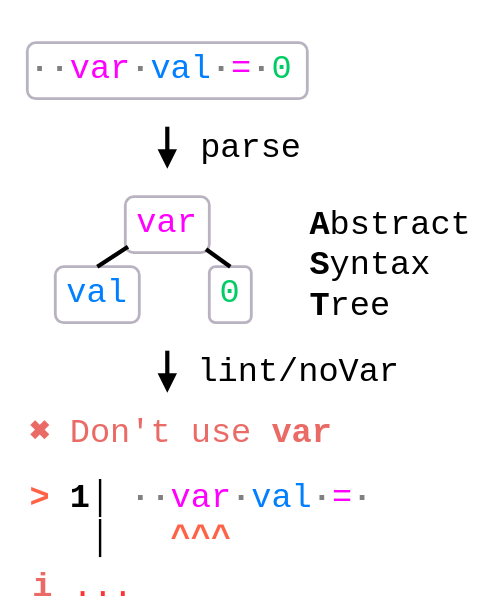
Earlier version of the draw.io export assets/parse-ast.drawio.svg (Conaclos/biome-fosdem-2024). Source tidied: cells renumbered, new cells last; positions are measured from the earlier drawing's top-left corner, leaving out a move shared by most shapes.
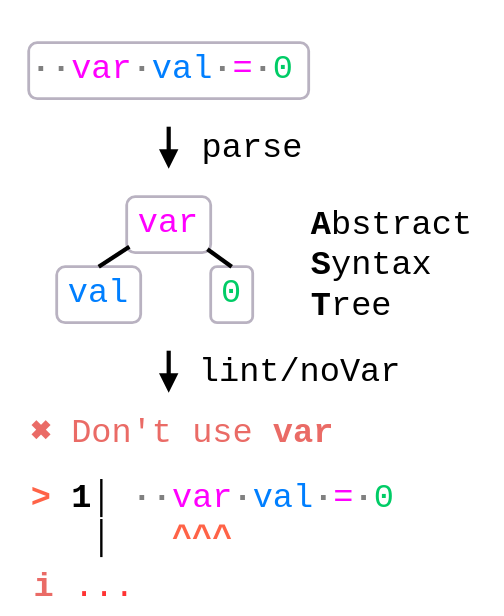
After the change.

Commit message:
fix: diagnostic of regular parser figure

What changed in the source:
```diff
@@ -46,8 +46,8 @@
     <mxCell id="13" value="&lt;div class=&quot;language-text&quot; style=&quot;font-size: 24px;&quot;&gt;&lt;code class=&quot;language-text&quot; style=&quot;font-size: 24px;&quot;&gt;&lt;strong style=&quot;font-size: 24px;&quot;&gt;  &lt;/strong&gt;&lt;font color=&quot;#ea6b66&quot;&gt;&lt;strong style=&quot;font-size: 24px;&quot;&gt;&lt;span style=&quot;font-size: 24px;&quot;&gt;✖&lt;/span&gt;&lt;/strong&gt;&amp;nbsp;Don't u&lt;span style=&quot;font-size: 24px;&quot;&gt;se &lt;/span&gt;&lt;span style=&quot;font-size: 24px;&quot;&gt;&lt;strong style=&quot;font-size: 24px;&quot;&gt;var&lt;/strong&gt;&lt;/span&gt;&lt;/font&gt;&lt;/code&gt;&lt;code class=&quot;language-text&quot; style=&quot;font-size: 24px;&quot;&gt;&lt;br&gt;&lt;/code&gt;&lt;/div&gt;" style="text;html=1;align=left;verticalAlign=middle;strokeColor=none;fillColor=none;fontFamily=Courier New;fontSize=24;" parent="1" vertex="1">
       <mxGeometry x="20" y="290" width="240" height="40" as="geometry" />
     </mxCell>
-    <mxCell id="14" value="&lt;div class=&quot;language-text&quot; style=&quot;font-size: 24px;&quot;&gt;&lt;code class=&quot;language-text&quot; style=&quot;font-size: 24px;&quot;&gt;&lt;strong style=&quot;font-size: 24px;&quot;&gt;&lt;span style=&quot;color: tomato; font-size: 24px;&quot;&gt;&amp;gt;&lt;/span&gt;&lt;/strong&gt; &lt;strong style=&quot;font-size: 24px;&quot;&gt;1│&amp;nbsp;&lt;/strong&gt;&lt;font style=&quot;border-color: var(--border-color); font-family: &amp;quot;Courier New&amp;quot;;&quot;&gt;&lt;font style=&quot;border-color: var(--border-color);&quot; color=&quot;#808080&quot;&gt;&lt;b style=&quot;border-color: var(--border-color);&quot;&gt;·&lt;/b&gt;&lt;/font&gt;&lt;/font&gt;&lt;font style=&quot;border-color: var(--border-color); font-family: &amp;quot;Courier New&amp;quot;;&quot;&gt;&lt;font style=&quot;border-color: var(--border-color);&quot; color=&quot;#808080&quot;&gt;&lt;b style=&quot;border-color: var(--border-color);&quot;&gt;·&lt;/b&gt;&lt;/font&gt;&lt;/font&gt;&lt;font style=&quot;border-color: var(--border-color); font-family: &amp;quot;Courier New&amp;quot;;&quot;&gt;&lt;font style=&quot;border-color: var(--border-color);&quot; color=&quot;#ff00ff&quot;&gt;var&lt;/font&gt;&lt;/font&gt;&lt;font style=&quot;border-color: var(--border-color); font-family: &amp;quot;Courier New&amp;quot;;&quot;&gt;&lt;b style=&quot;border-color: var(--border-color);&quot;&gt;&lt;font style=&quot;border-color: var(--border-color);&quot; color=&quot;#808080&quot;&gt;·&lt;/font&gt;&lt;/b&gt;&lt;font style=&quot;border-color: var(--border-color);&quot; color=&quot;#007fff&quot;&gt;&lt;font style=&quot;border-color: var(--border-color);&quot;&gt;&lt;font style=&quot;border-color: var(--border-color);&quot;&gt;v&lt;/font&gt;&lt;/font&gt;&lt;/font&gt;&lt;font style=&quot;border-color: var(--border-color);&quot; color=&quot;#007fff&quot;&gt;&lt;font style=&quot;border-color: var(--border-color);&quot;&gt;&lt;font style=&quot;border-color: var(--border-color);&quot;&gt;a&lt;/font&gt;&lt;/font&gt;&lt;/font&gt;&lt;font style=&quot;border-color: var(--border-color);&quot; color=&quot;#007fff&quot;&gt;&lt;font style=&quot;border-color: var(--border-color);&quot;&gt;&lt;font style=&quot;border-color: var(--border-color);&quot;&gt;l&lt;/font&gt;&lt;/font&gt;&lt;/font&gt;&lt;font style=&quot;border-color: var(--border-color);&quot; color=&quot;#808080&quot;&gt;&lt;b style=&quot;border-color: var(--border-color);&quot;&gt;·&lt;/b&gt;&lt;/font&gt;&lt;font style=&quot;border-color: var(--border-color);&quot; color=&quot;#ff00ff&quot;&gt;&lt;font style=&quot;border-color: var(--border-color);&quot;&gt;&lt;font style=&quot;border-color: var(--border-color);&quot;&gt;=&lt;/font&gt;&lt;/font&gt;&lt;/font&gt;&lt;/font&gt;&lt;font style=&quot;border-color: var(--border-color); font-family: &amp;quot;Courier New&amp;quot;;&quot;&gt;&lt;font style=&quot;border-color: var(--border-color);&quot; color=&quot;#808080&quot;&gt;&lt;b style=&quot;border-color: var(--border-color);&quot;&gt;·&lt;/b&gt;&lt;/font&gt;&lt;/font&gt;&lt;br style=&quot;font-size: 24px;&quot;&gt;   &lt;strong style=&quot;font-size: 24px;&quot;&gt;&amp;nbsp; &amp;nbsp;│&amp;nbsp; &amp;nbsp;&lt;/strong&gt;&lt;strong style=&quot;font-size: 24px;&quot;&gt;&lt;span style=&quot;color: tomato; font-size: 24px;&quot;&gt;^^&lt;/span&gt;&lt;/strong&gt;&lt;/code&gt;&lt;code class=&quot;language-text&quot; style=&quot;font-size: 24px;&quot;&gt;&lt;strong style=&quot;font-size: 24px;&quot;&gt;&lt;span style=&quot;color: tomato; font-size: 24px;&quot;&gt;^&lt;/span&gt;&lt;/strong&gt;&lt;br&gt;&lt;/code&gt;&lt;/div&gt;" style="text;html=1;align=left;verticalAlign=middle;strokeColor=none;fillColor=none;fontFamily=Courier New;fontSize=24;" parent="1" vertex="1">
-      <mxGeometry x="20" y="330" width="270" height="80" as="geometry" />
+    <mxCell id="14" value="&lt;div class=&quot;language-text&quot; style=&quot;font-size: 24px;&quot;&gt;&lt;code class=&quot;language-text&quot; style=&quot;font-size: 24px;&quot;&gt;&lt;strong style=&quot;font-size: 24px;&quot;&gt;&lt;span style=&quot;color: tomato; font-size: 24px;&quot;&gt;&amp;gt;&lt;/span&gt;&lt;/strong&gt; &lt;strong style=&quot;font-size: 24px;&quot;&gt;1│&amp;nbsp;&lt;/strong&gt;&lt;font style=&quot;border-color: var(--border-color); font-family: &amp;quot;Courier New&amp;quot;;&quot;&gt;&lt;font style=&quot;border-color: var(--border-color);&quot; color=&quot;#808080&quot;&gt;&lt;b style=&quot;border-color: var(--border-color);&quot;&gt;·&lt;/b&gt;&lt;/font&gt;&lt;/font&gt;&lt;font style=&quot;border-color: var(--border-color); font-family: &amp;quot;Courier New&amp;quot;;&quot;&gt;&lt;font style=&quot;border-color: var(--border-color);&quot; color=&quot;#808080&quot;&gt;&lt;b style=&quot;border-color: var(--border-color);&quot;&gt;·&lt;/b&gt;&lt;/font&gt;&lt;/font&gt;&lt;font style=&quot;border-color: var(--border-color); font-family: &amp;quot;Courier New&amp;quot;;&quot;&gt;&lt;font style=&quot;border-color: var(--border-color);&quot; color=&quot;#ff00ff&quot;&gt;var&lt;/font&gt;&lt;/font&gt;&lt;font style=&quot;border-color: var(--border-color); font-family: &amp;quot;Courier New&amp;quot;;&quot;&gt;&lt;b style=&quot;border-color: var(--border-color);&quot;&gt;&lt;font style=&quot;border-color: var(--border-color);&quot; color=&quot;#808080&quot;&gt;·&lt;/font&gt;&lt;/b&gt;&lt;font style=&quot;border-color: var(--border-color);&quot; color=&quot;#007fff&quot;&gt;&lt;font style=&quot;border-color: var(--border-color);&quot;&gt;&lt;font style=&quot;border-color: var(--border-color);&quot;&gt;v&lt;/font&gt;&lt;/font&gt;&lt;/font&gt;&lt;font style=&quot;border-color: var(--border-color);&quot; color=&quot;#007fff&quot;&gt;&lt;font style=&quot;border-color: var(--border-color);&quot;&gt;&lt;font style=&quot;border-color: var(--border-color);&quot;&gt;a&lt;/font&gt;&lt;/font&gt;&lt;/font&gt;&lt;font style=&quot;border-color: var(--border-color);&quot; color=&quot;#007fff&quot;&gt;&lt;font style=&quot;border-color: var(--border-color);&quot;&gt;&lt;font style=&quot;border-color: var(--border-color);&quot;&gt;l&lt;/font&gt;&lt;/font&gt;&lt;/font&gt;&lt;font style=&quot;border-color: var(--border-color);&quot; color=&quot;#808080&quot;&gt;&lt;b style=&quot;border-color: var(--border-color);&quot;&gt;·&lt;/b&gt;&lt;/font&gt;&lt;font style=&quot;border-color: var(--border-color);&quot; color=&quot;#ff00ff&quot;&gt;&lt;font style=&quot;border-color: var(--border-color);&quot;&gt;&lt;font style=&quot;border-color: var(--border-color);&quot;&gt;=&lt;/font&gt;&lt;/font&gt;&lt;/font&gt;&lt;/font&gt;&lt;font style=&quot;border-color: var(--border-color); font-family: &amp;quot;Courier New&amp;quot;;&quot;&gt;&lt;font style=&quot;border-color: var(--border-color);&quot; color=&quot;#808080&quot;&gt;&lt;b style=&quot;border-color: var(--border-color);&quot;&gt;·&lt;/b&gt;&lt;/font&gt;&lt;/font&gt;&lt;font color=&quot;#00cc66&quot;&gt;0&lt;/font&gt;&lt;br style=&quot;font-size: 24px;&quot;&gt;   &lt;strong style=&quot;font-size: 24px;&quot;&gt;&amp;nbsp; &amp;nbsp;│&amp;nbsp; &amp;nbsp;&lt;/strong&gt;&lt;strong style=&quot;font-size: 24px;&quot;&gt;&lt;span style=&quot;color: tomato; font-size: 24px;&quot;&gt;^^&lt;/span&gt;&lt;/strong&gt;&lt;/code&gt;&lt;code class=&quot;language-text&quot; style=&quot;font-size: 24px;&quot;&gt;&lt;strong style=&quot;font-size: 24px;&quot;&gt;&lt;span style=&quot;color: tomato; font-size: 24px;&quot;&gt;^&lt;/span&gt;&lt;/strong&gt;&lt;br&gt;&lt;/code&gt;&lt;/div&gt;" style="text;html=1;align=left;verticalAlign=middle;strokeColor=none;fillColor=none;fontFamily=Courier New;fontSize=24;" parent="1" vertex="1">
+      <mxGeometry x="20" y="330" width="280" height="80" as="geometry" />
     </mxCell>
     <mxCell id="15" value="&lt;font color=&quot;#ff3333&quot;&gt;&lt;div&gt;&lt;/div&gt;&lt;div&gt;&lt;/div&gt;&lt;/font&gt;&lt;strong style=&quot;border-color: var(--border-color); color: rgb(234, 107, 102); font-family: monospace; text-align: left;&quot;&gt;i&lt;/strong&gt;&lt;font color=&quot;#ff3333&quot;&gt;&amp;nbsp;...&lt;/font&gt;" style="rounded=1;whiteSpace=wrap;html=1;fillColor=none;strokeColor=none;strokeWidth=2;perimeterSpacing=20;fillOpacity=100;opacity=30;align=center;fontFamily=Courier New;fontSize=24;" parent="1" vertex="1">
       <mxGeometry x="10" y="400" width="100" height="40" as="geometry" />
```
